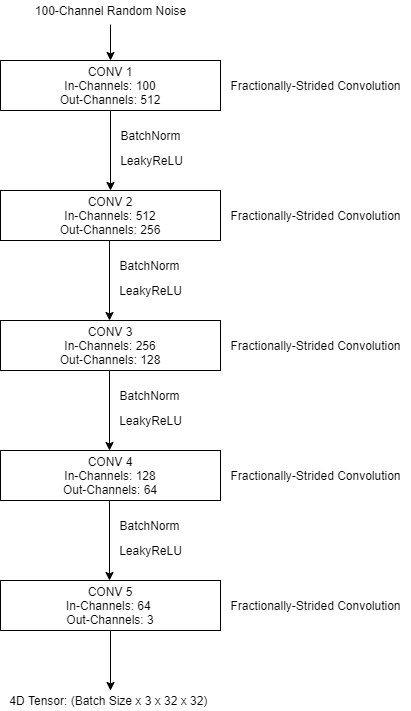
Before: notes/Untitled Diagram.png, a diagram exported from draw.io (peterhessey/DeepLearning). Source tidied: cells renumbered, new cells last; positions are measured from the earlier drawing's top-left corner, leaving out a move shared by most shapes.
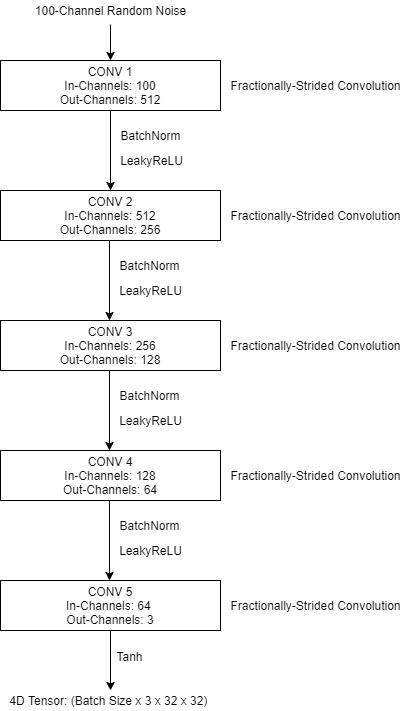
The same file after the commit.

Diff of the diagram source:
```diff
@@ -93,5 +93,8 @@
     <mxCell id="27" value="Fractionally-Strided Convolution" style="text;html=1;align=center;verticalAlign=middle;" parent="1" vertex="1">
       <mxGeometry x="220" y="595" width="190" height="20" as="geometry" />
     </mxCell>
+    <mxCell id="28" value="Tanh" style="text;html=1;align=center;verticalAlign=middle;" parent="1" vertex="1">
+      <mxGeometry x="109" y="646" width="40" height="20" as="geometry" />
+    </mxCell>
   </root>
 </mxGraphModel>
```
